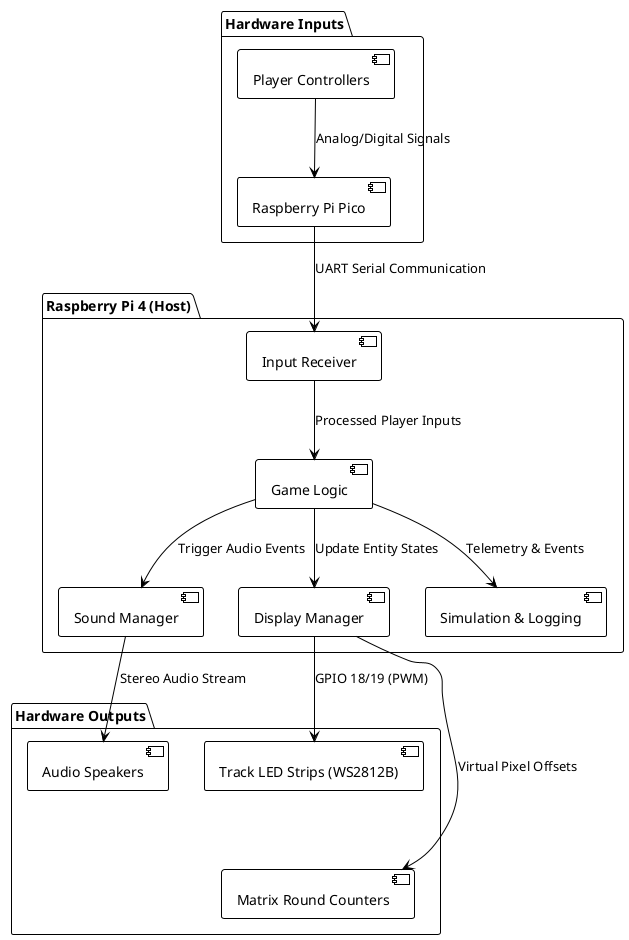
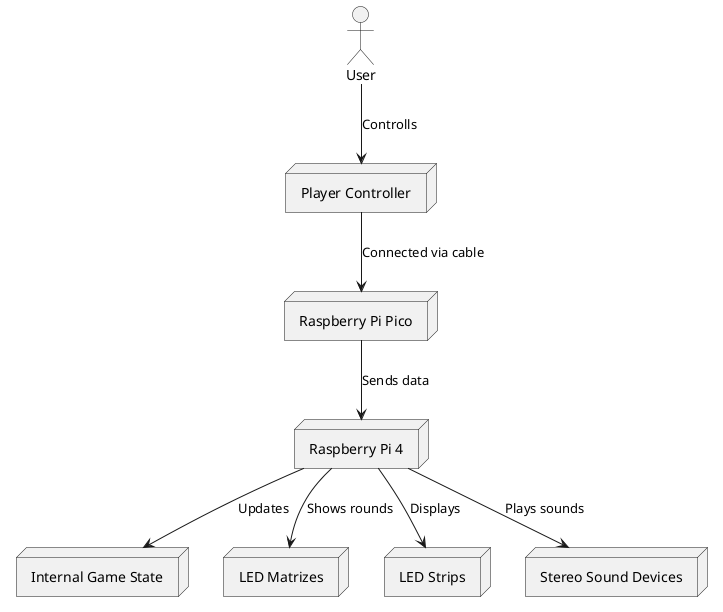
@startuml
- !theme plain
+ '!theme plain
skinparam componentStyle uml2
+ 'skinparam linetype ortho

- package "Hardware Inputs" {
-   [Player Controllers] as controllers
-   [Raspberry Pi Pico] as pico
-   controllers --> pico : Analog/Digital Signals
- }
+ actor "User" as user
+ node "Player Controller" as controller
+ node "Raspberry Pi Pico" as pico
+ node "Raspberry Pi 4" as rpi4

- package "Raspberry Pi 4 (Host)" {
-   [Input Receiver] as receiver
-   [Game Logic] as game
-   [Sound Manager] as sound
-   [Display Manager] as display
-   [Simulation & Logging] as logger
+ node "Internal Game State" as game
+ node "LED Matrizes" as matrices
+ node "LED Strips" as leds
+ node "Stereo Sound Devices" as speakers

-   pico --> receiver : UART Serial Communication
-   receiver --> game : Processed Player Inputs
-   game --> sound : Trigger Audio Events
-   game --> display : Update Entity States
-   game --> logger : Telemetry & Events
- }
+ user --> controller : Controlls
+ controller --> pico : Connected via cable
+ pico --> rpi4 : Sends data

- package "Hardware Outputs" {
-   [Audio Speakers] as speakers
-   [Track LED Strips (WS2812B)] as leds
-   [Matrix Round Counters] as matrices
- 
-   sound --> speakers : Stereo Audio Stream
-   display --> leds : GPIO 18/19 (PWM)
-   display --> matrices : Virtual Pixel Offsets
-   leds -[hidden]-> matrices : Physically Chained
- }
+ rpi4 --> game : Updates
+ rpi4 --> leds : Displays
+ rpi4 --> speakers : Plays sounds
+ rpi4 --> matrices : Shows rounds

@enduml